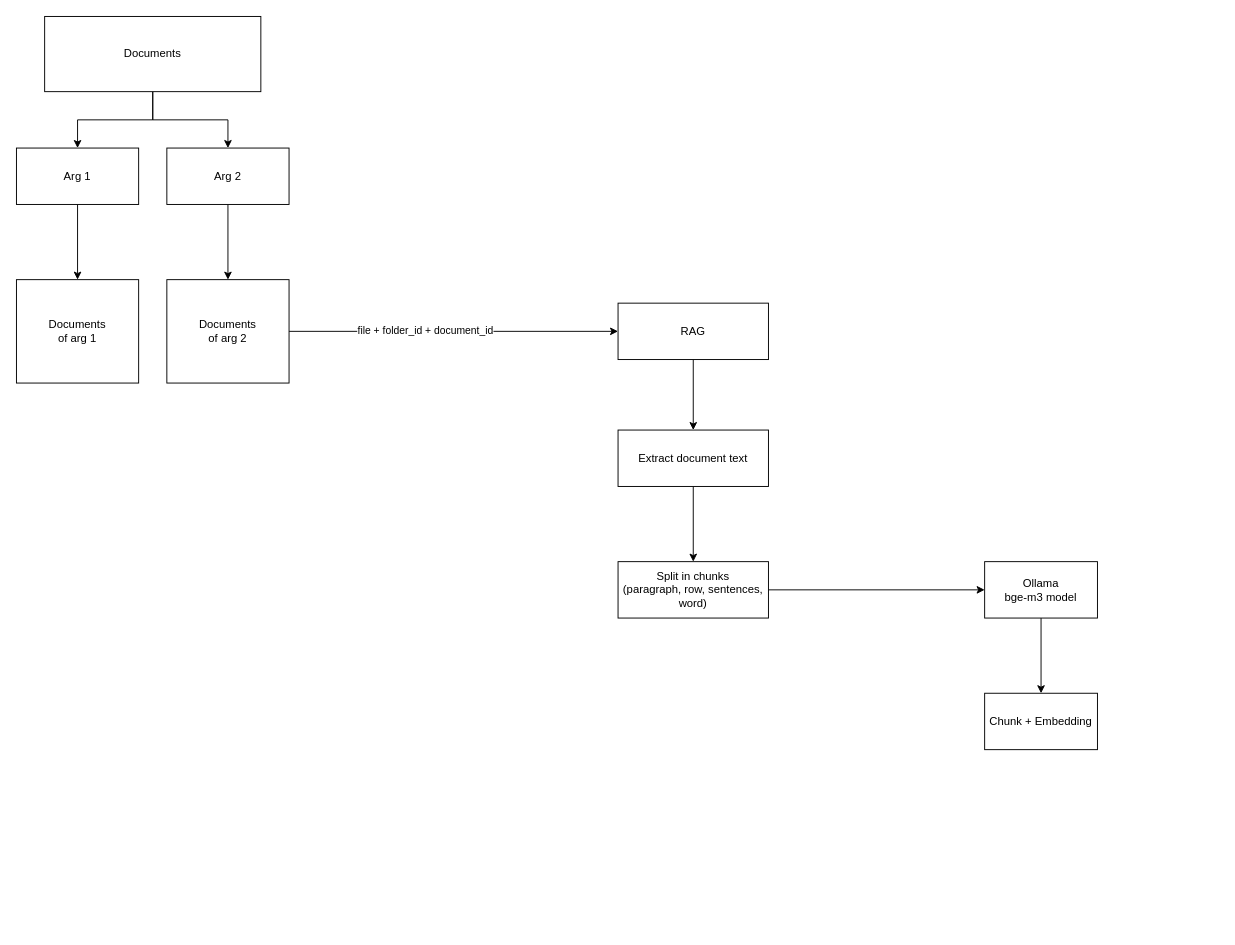
Earlier version of the draw.io diagram rag-engine/RAG.drawio (MatOliITC/smart-search). Source tidied: cells renumbered, new cells numbered last; positions are measured from the earlier drawing's top-left corner, leaving out a move shared by most shapes. Both pictures are drawn from the tidied source at 94%, with x=0, y=0 at pixel (16, 16).
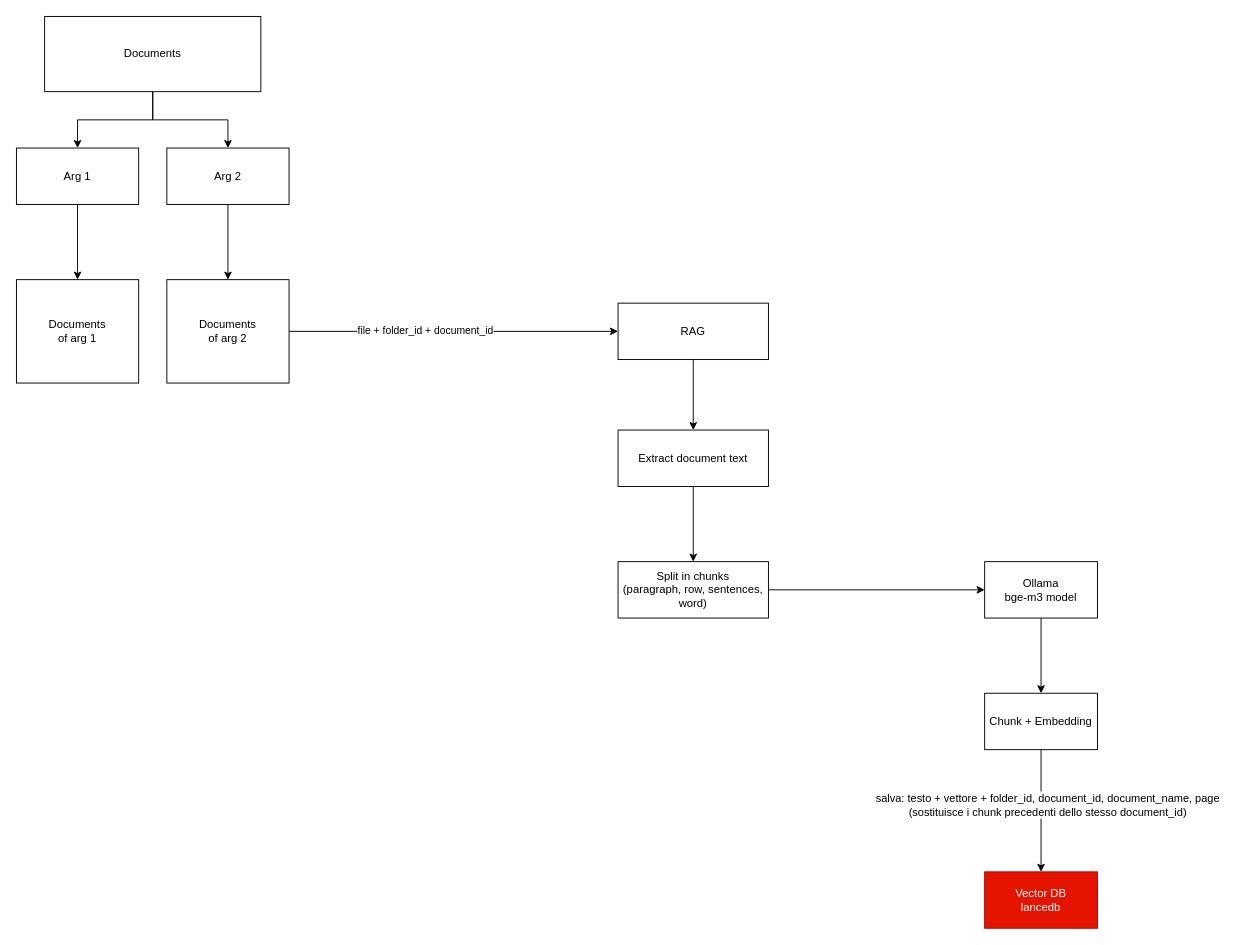
The same diagram, later.

Unchanged cells that the change refers to:
```xml
<mxCell id="21" value="Chunk + Embedding" style="rounded=0;whiteSpace=wrap;html=1;" parent="1" vertex="1">
  <mxGeometry x="1030" y="720" width="120" height="60" as="geometry" />
</mxCell>
```

Change to the diagram source:
```diff
@@
+    <mxCell id="22" style="edgeStyle=orthogonalEdgeStyle;rounded=0;jettySize=auto;html=1;entryX=0.5;entryY=0;entryDx=0;entryDy=0;" parent="1" edge="1" source="21" target="24">
+      <mxGeometry relative="1" as="geometry" />
+    </mxCell>
+    <mxCell id="23" value="&lt;div&gt;&lt;span style=&quot;font-size: 11.7px;&quot;&gt;salva: testo + vettore + folder_id, document_id, document_name, page&lt;/span&gt;&lt;/div&gt;&lt;div&gt;&lt;span style=&quot;font-size: 11.7px;&quot;&gt;(sostituisce i chunk precedenti dello stesso document_id)&lt;/span&gt;&lt;/div&gt;" style="edgeLabel;html=1;align=center;verticalAlign=middle;" parent="22" vertex="1">
+      <mxGeometry x="-0.11" y="6" relative="1" as="geometry" />
+    </mxCell>
@@
+    <mxCell id="24" value="Vector DB&lt;div&gt;lancedb&lt;/div&gt;" style="rounded=0;whiteSpace=wrap;html=1;fillColor=#e51400;fontColor=#ffffff;strokeColor=#B20000;" parent="1" vertex="1">
+      <mxGeometry x="1030" y="910" width="120" height="60" as="geometry" />
+    </mxCell>
```
